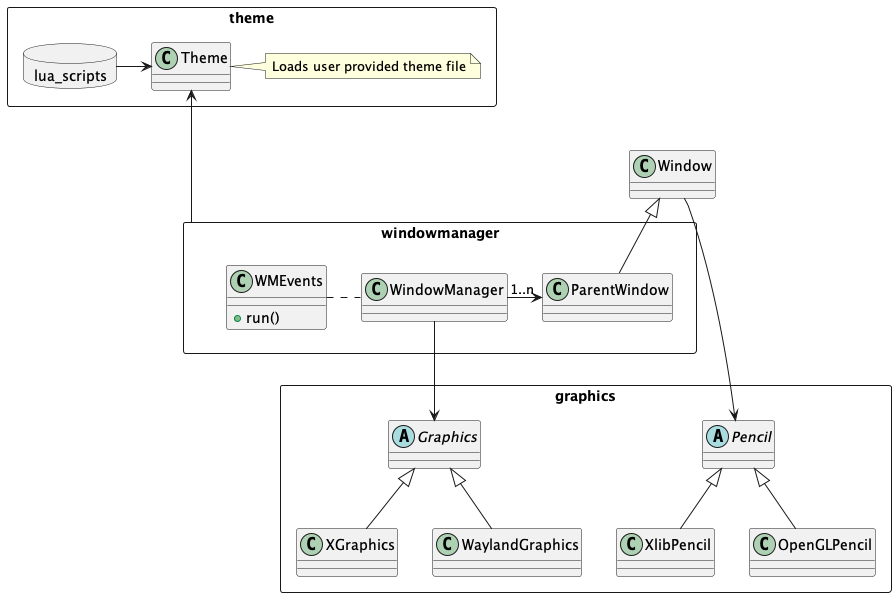
Earlier version of the PlantUML export doc/classes.png (andrenho/customwm).
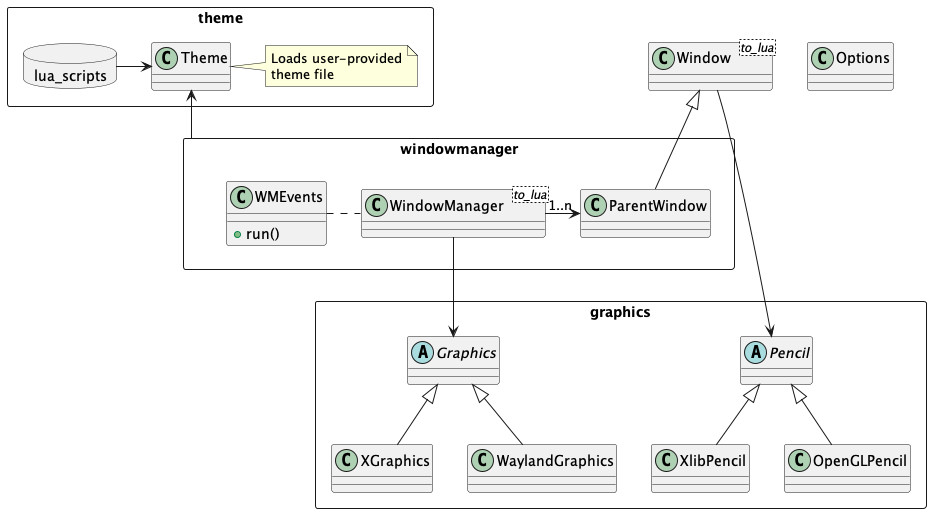
After the change.

Change to the diagram source:
```diff
@@ -1,4 +1,6 @@
 @startuml
+
+class Options
 
 rectangle theme {
     package lua_scripts <<Database>> {
@@ -6,14 +8,15 @@
     class Theme
     lua_scripts -> Theme
     note right of Theme
-        Loads user provided theme file
+        Loads user-provided
+        theme file
     end note
 }
 
-class Window
+class Window <to_lua>
 
 rectangle windowmanager {
-    class WindowManager
+    class WindowManager <to_lua>
     class ParentWindow
     class WMEvents {
         +run()
@@ -34,7 +37,7 @@
     Pencil <|-- OpenGLPencil
 }
 
-windowmanager -up--> Theme
+windowmanager -up-> Theme
 WindowManager --> Graphics
 Window --> Pencil
 
```
